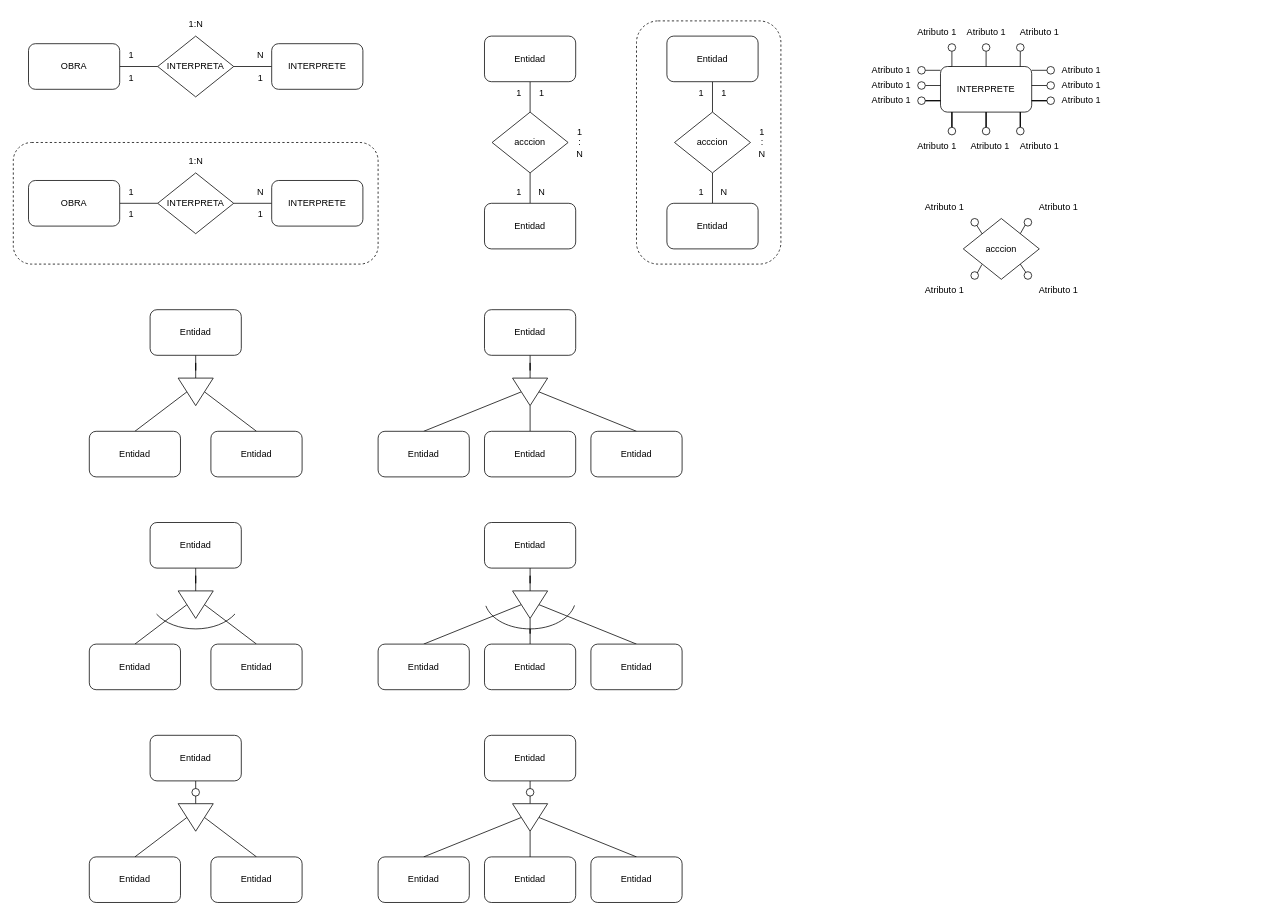
The draw.io diagram plantillaBase.drawio in Abigail08082001/diagramasBasedeDatos, before the edit. Source tidied: cells renumbered, new cells numbered last; positions are measured from the earlier drawing's top-left corner, leaving out a move shared by most shapes. Both pictures are drawn from the tidied source at 76%, with x=0, y=0 at pixel (13, 13).
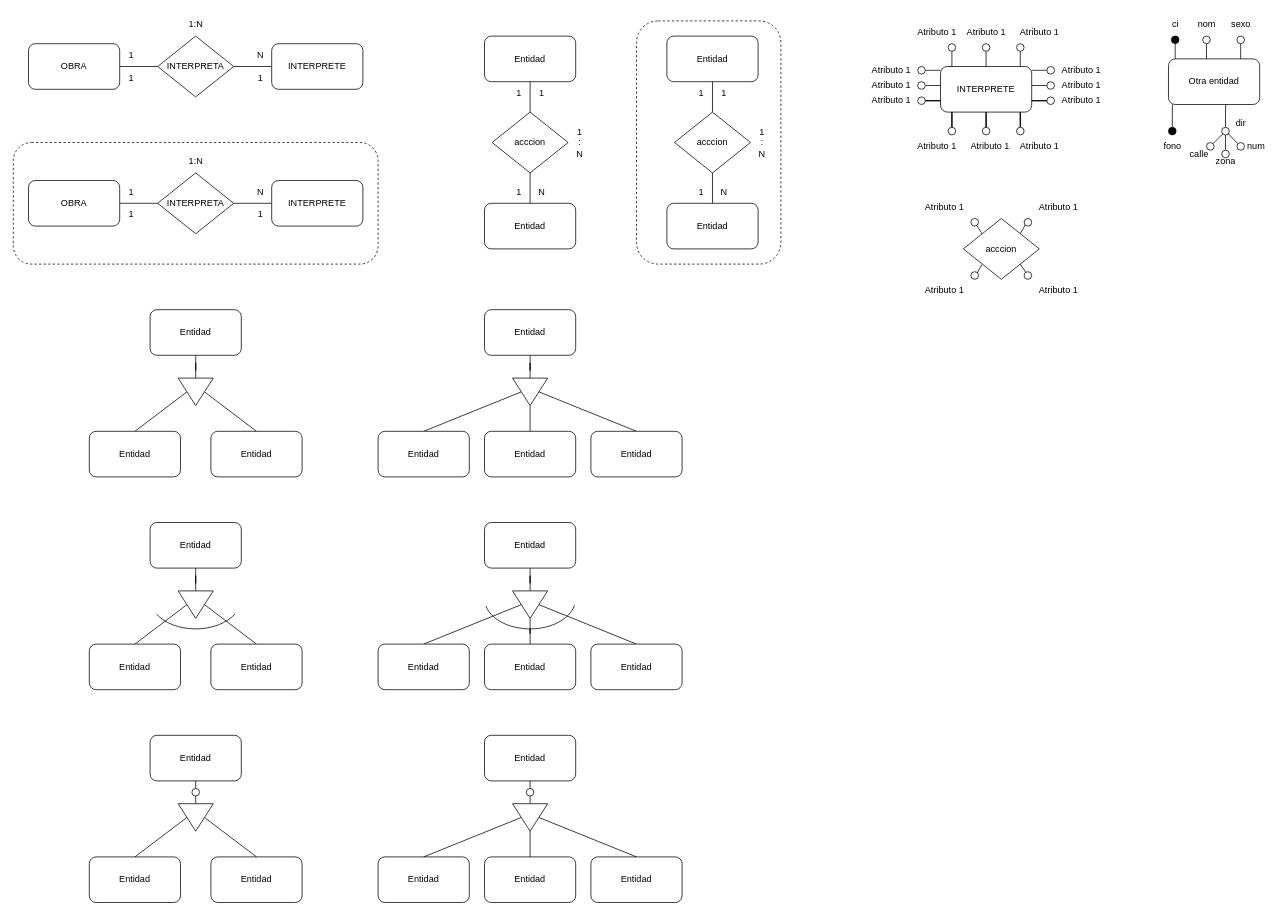
Above is the later version.

Diff of the diagram source:
```diff
@@
+    <mxCell id="146" value="Otra entidad" style="rounded=1;whiteSpace=wrap;html=1;" parent="1" vertex="1">
+      <mxGeometry x="1520" y="60" width="120" height="60" as="geometry" />
+    </mxCell>
+    <mxCell id="147" style="edgeStyle=orthogonalEdgeStyle;rounded=0;jettySize=auto;html=1;entryX=0.1;entryY=-0.032;entryDx=0;entryDy=0;entryPerimeter=0;endArrow=none;endFill=0;" parent="1" edge="1" source="148">
+      <mxGeometry relative="1" as="geometry">
+        <mxPoint x="1528.2" y="60" as="targetPoint" />
+      </mxGeometry>
+    </mxCell>
+    <mxCell id="148" style="ellipse;whiteSpace=wrap;html=1;fillColor=#000;" parent="1" vertex="1">
+      <mxGeometry x="1523.8" y="29.9" width="10" height="10" as="geometry" />
+    </mxCell>
+    <mxCell id="149" value="ci" style="text;html=1;align=center;verticalAlign=middle;strokeColor=none;fillColor=none;" parent="1" vertex="1">
+      <mxGeometry x="1513.8" width="30" height="30" as="geometry" />
+    </mxCell>
+    <mxCell id="150" style="edgeStyle=orthogonalEdgeStyle;rounded=0;jettySize=auto;html=1;exitX=0.5;exitY=1;exitDx=0;exitDy=0;entryX=0.5;entryY=0;entryDx=0;entryDy=0;endArrow=none;endFill=0;" parent="1" edge="1" source="151">
+      <mxGeometry relative="1" as="geometry">
+        <mxPoint x="1570" y="60" as="targetPoint" />
+      </mxGeometry>
+    </mxCell>
+    <mxCell id="151" style="ellipse;whiteSpace=wrap;html=1;" parent="1" vertex="1">
+      <mxGeometry x="1565" y="30" width="10" height="10" as="geometry" />
+    </mxCell>
+    <mxCell id="152" value="nom" style="text;html=1;align=center;verticalAlign=middle;strokeColor=none;fillColor=none;" parent="1" vertex="1">
+      <mxGeometry x="1545" width="50" height="30" as="geometry" />
+    </mxCell>
+    <mxCell id="153" style="edgeStyle=orthogonalEdgeStyle;rounded=0;jettySize=auto;html=1;exitX=0.5;exitY=1;exitDx=0;exitDy=0;entryX=0.874;entryY=0;entryDx=0;entryDy=0;entryPerimeter=0;endArrow=none;endFill=0;" parent="1" edge="1" source="154">
+      <mxGeometry relative="1" as="geometry">
+        <mxPoint x="1615" y="60" as="targetPoint" />
+      </mxGeometry>
+    </mxCell>
+    <mxCell id="154" style="ellipse;whiteSpace=wrap;html=1;" parent="1" vertex="1">
+      <mxGeometry x="1610" y="30" width="10" height="10" as="geometry" />
+    </mxCell>
+    <mxCell id="155" value="sexo" style="text;html=1;align=center;verticalAlign=middle;strokeColor=none;fillColor=none;" parent="1" vertex="1">
+      <mxGeometry x="1590" width="50" height="30" as="geometry" />
+    </mxCell>
+    <mxCell id="156" style="edgeStyle=orthogonalEdgeStyle;rounded=0;jettySize=auto;html=1;entryX=0.083;entryY=1;entryDx=0;entryDy=0;entryPerimeter=0;endArrow=none;endFill=0;" parent="1" edge="1" source="157">
+      <mxGeometry relative="1" as="geometry">
+        <mxPoint x="1525.2" y="120" as="targetPoint" />
+      </mxGeometry>
+    </mxCell>
+    <mxCell id="157" style="ellipse;whiteSpace=wrap;html=1;fillColor=#000;" parent="1" vertex="1">
+      <mxGeometry x="1520" y="150" width="10" height="10" as="geometry" />
+    </mxCell>
+    <mxCell id="158" value="fono" style="text;html=1;align=center;verticalAlign=middle;strokeColor=none;fillColor=none;" parent="1" vertex="1">
+      <mxGeometry x="1500" y="160" width="50" height="30" as="geometry" />
+    </mxCell>
+    <mxCell id="159" style="edgeStyle=orthogonalEdgeStyle;rounded=0;jettySize=auto;html=1;entryX=0.5;entryY=1;entryDx=0;entryDy=0;endArrow=none;endFill=0;" parent="1" edge="1" source="160">
+      <mxGeometry relative="1" as="geometry">
+        <mxPoint x="1595.3" y="120" as="targetPoint" />
+      </mxGeometry>
+    </mxCell>
+    <mxCell id="160" style="ellipse;whiteSpace=wrap;html=1;" parent="1" vertex="1">
+      <mxGeometry x="1590" y="150.1" width="10" height="10" as="geometry" />
+    </mxCell>
+    <mxCell id="161" value="dir" style="text;html=1;align=center;verticalAlign=middle;strokeColor=none;fillColor=none;" parent="1" vertex="1">
+      <mxGeometry x="1595" y="130.1" width="40" height="30" as="geometry" />
+    </mxCell>
+    <mxCell id="162" style="edgeStyle=orthogonalEdgeStyle;rounded=0;jettySize=auto;html=1;exitX=0.5;exitY=0;exitDx=0;exitDy=0;entryX=0.5;entryY=1;entryDx=0;entryDy=0;endArrow=none;endFill=0;" parent="1" edge="1" source="163" target="160">
+      <mxGeometry relative="1" as="geometry" />
+    </mxCell>
+    <mxCell id="163" style="ellipse;whiteSpace=wrap;html=1;" parent="1" vertex="1">
+      <mxGeometry x="1590" y="180.1" width="10" height="10" as="geometry" />
+    </mxCell>
+    <mxCell id="164" style="rounded=0;jettySize=auto;html=1;entryX=1;entryY=1;entryDx=0;entryDy=0;endArrow=none;endFill=0;" parent="1" edge="1" source="165" target="160">
+      <mxGeometry relative="1" as="geometry" />
+    </mxCell>
+    <mxCell id="165" style="ellipse;whiteSpace=wrap;html=1;" parent="1" vertex="1">
+      <mxGeometry x="1610" y="170.1" width="10" height="10" as="geometry" />
+    </mxCell>
+    <mxCell id="166" style="rounded=0;jettySize=auto;html=1;exitX=1;exitY=0;exitDx=0;exitDy=0;entryX=0;entryY=1;entryDx=0;entryDy=0;endArrow=none;endFill=0;" parent="1" edge="1" source="167" target="160">
+      <mxGeometry relative="1" as="geometry" />
+    </mxCell>
+    <mxCell id="167" style="ellipse;whiteSpace=wrap;html=1;" parent="1" vertex="1">
+      <mxGeometry x="1570" y="170.1" width="10" height="10" as="geometry" />
+    </mxCell>
+    <mxCell id="168" value="num" style="text;html=1;align=center;verticalAlign=middle;strokeColor=none;fillColor=none;" parent="1" vertex="1">
+      <mxGeometry x="1610" y="160" width="50" height="30" as="geometry" />
+    </mxCell>
+    <mxCell id="169" value="zona" style="text;html=1;align=center;verticalAlign=middle;strokeColor=none;fillColor=none;" parent="1" vertex="1">
+      <mxGeometry x="1570" y="180.1" width="50" height="30" as="geometry" />
+    </mxCell>
+    <mxCell id="170" value="calle" style="text;html=1;align=center;verticalAlign=middle;strokeColor=none;fillColor=none;" parent="1" vertex="1">
+      <mxGeometry x="1535" y="170.1" width="50" height="30" as="geometry" />
+    </mxCell>
```
